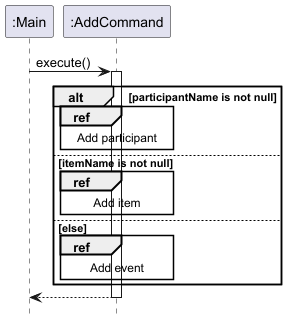
This is docs/images/AddCommandSequenceDiagram.png from nus-cs2113-AY2425S1/tp, a PlantUML export, as it was before one commit.
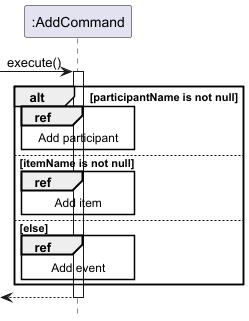
The same diagram one commit later.

Change to the diagram source:
```diff
@@ -2,10 +2,9 @@
 !include style.puml
 hide footbox
 
-participant ":Main" as main
 participant ":AddCommand" as command
 
-main -> command : execute()
+[-> command : execute()
 activate command
 
 alt participantName is not null
```
